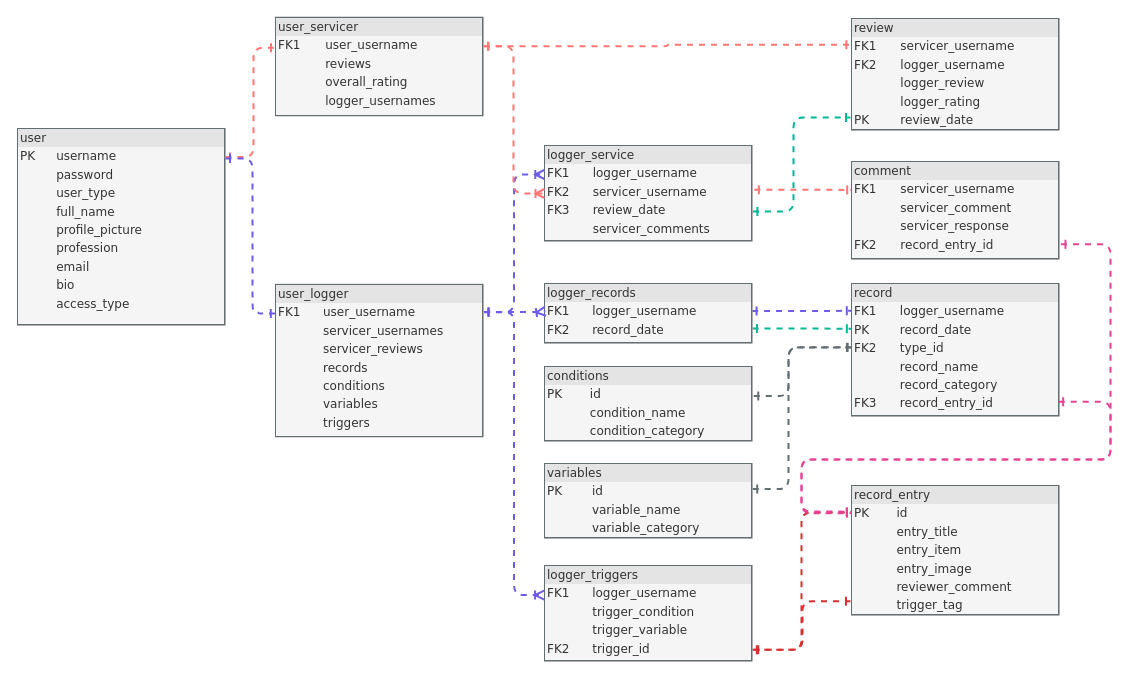
Above: diagrams/database/database_tables_relationships.drawio in mervin-njy/trigg-track-v2 (draw.io), before the change. Source tidied: cells renumbered, new cells numbered last; positions are measured from the earlier drawing's top-left corner, leaving out a move shared by most shapes. Both pictures are drawn from the tidied source at 100%, with x=0, y=0 at pixel (17, 16).
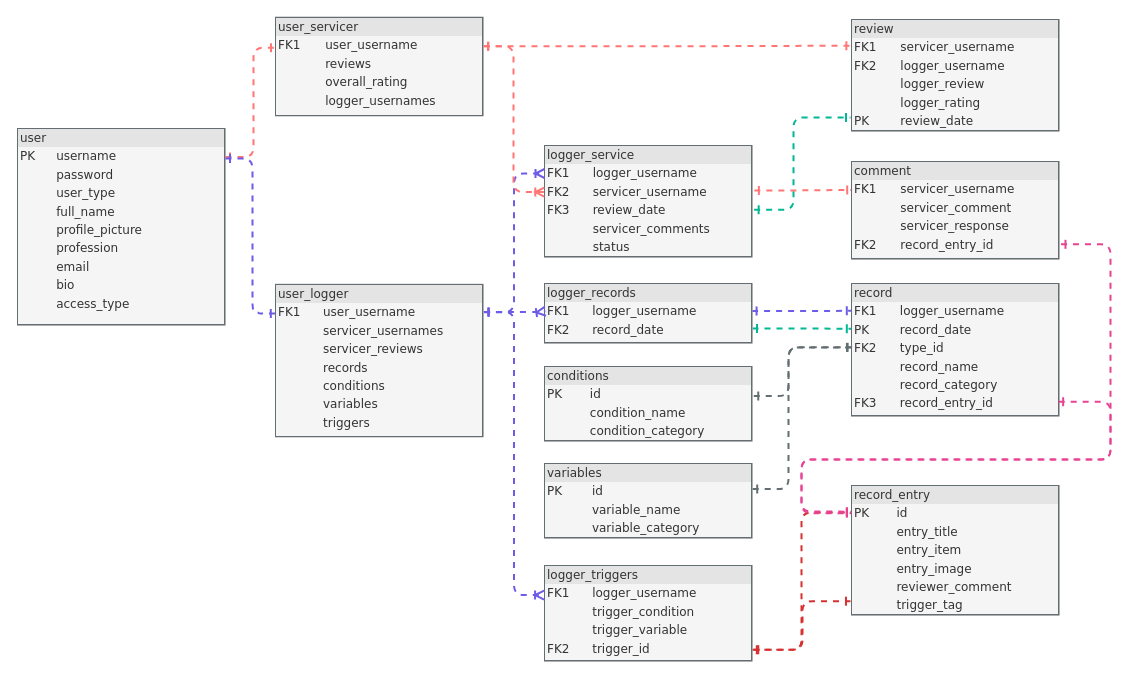
After the change.

Commit message (it also covers changes not shown here):
Readme: update diagram tables & rs

The change refers to these unchanged cells:
```xml
<mxCell id="3" value="&lt;div style=&quot;box-sizing: border-box ; width: 100% ; background: #e4e4e4 ; padding: 2px&quot;&gt;user_logger&lt;/div&gt;&lt;table style=&quot;width: 100% ; font-size: 1em&quot; cellpadding=&quot;2&quot; cellspacing=&quot;0&quot;&gt;&lt;tbody&gt;&lt;tr&gt;&lt;td&gt;FK1&lt;/td&gt;&lt;td&gt;&amp;nbsp; &amp;nbsp;user_username&lt;/td&gt;&lt;/tr&gt;&lt;tr&gt;&lt;td&gt;&lt;br&gt;&lt;/td&gt;&lt;td&gt;&amp;nbsp; &amp;nbsp;servicer_usernames&lt;br&gt;&lt;/td&gt;&lt;/tr&gt;&lt;tr&gt;&lt;td&gt;&lt;br&gt;&lt;/td&gt;&lt;td&gt;&amp;nbsp; &amp;nbsp;servicer_reviews&lt;/td&gt;&lt;/tr&gt;&lt;tr&gt;&lt;td&gt;&lt;br&gt;&lt;/td&gt;&lt;td&gt;&amp;nbsp; &amp;nbsp;records&lt;/td&gt;&lt;/tr&gt;&lt;tr&gt;&lt;td&gt;&lt;br&gt;&lt;/td&gt;&lt;td&gt;&amp;nbsp; &amp;nbsp;conditions&lt;/td&gt;&lt;/tr&gt;&lt;tr&gt;&lt;td&gt;&lt;br&gt;&lt;/td&gt;&lt;td&gt;&amp;nbsp; &amp;nbsp;variables&lt;/td&gt;&lt;/tr&gt;&lt;tr&gt;&lt;td&gt;&lt;br&gt;&lt;/td&gt;&lt;td&gt;&amp;nbsp; &amp;nbsp;triggers&lt;/td&gt;&lt;/tr&gt;&lt;/tbody&gt;&lt;/table&gt;" style="verticalAlign=top;align=left;overflow=fill;html=1;rounded=0;shadow=0;comic=0;labelBackgroundColor=none;strokeWidth=0.5;fontFamily=Verdana;fontSize=12;fillColor=#f5f5f5;strokeColor=#666666;fontColor=#333333;labelBorderColor=#636e72;" parent="1" vertex="1">
  <mxGeometry x="258" y="267.6" width="208" height="152.9" as="geometry" />
</mxCell>
<mxCell id="5" value="&lt;div style=&quot;box-sizing: border-box ; width: 100% ; background: #e4e4e4 ; padding: 2px&quot;&gt;user_servicer&lt;/div&gt;&lt;table style=&quot;width: 100% ; font-size: 1em&quot; cellpadding=&quot;2&quot; cellspacing=&quot;0&quot;&gt;&lt;tbody&gt;&lt;tr&gt;&lt;td&gt;FK1&lt;/td&gt;&lt;td&gt;&amp;nbsp; &amp;nbsp;user_username&lt;/td&gt;&lt;/tr&gt;&lt;tr&gt;&lt;td&gt;&lt;br&gt;&lt;/td&gt;&lt;td&gt;&amp;nbsp; &amp;nbsp;reviews&lt;/td&gt;&lt;/tr&gt;&lt;tr&gt;&lt;td&gt;&lt;br&gt;&lt;/td&gt;&lt;td&gt;&amp;nbsp; &amp;nbsp;overall_rating&lt;/td&gt;&lt;/tr&gt;&lt;tr&gt;&lt;td&gt;&lt;br&gt;&lt;/td&gt;&lt;td&gt;&amp;nbsp; &amp;nbsp;logger_usernames&lt;/td&gt;&lt;/tr&gt;&lt;/tbody&gt;&lt;/table&gt;" style="verticalAlign=top;align=left;overflow=fill;html=1;rounded=0;shadow=0;comic=0;labelBackgroundColor=none;strokeWidth=0.5;fontFamily=Verdana;fontSize=12;fillColor=#f5f5f5;strokeColor=#666666;fontColor=#333333;labelBorderColor=#636e72;" parent="1" vertex="1">
  <mxGeometry x="258" y="0.5" width="208" height="99" as="geometry" />
</mxCell>
<mxCell id="26" value="&lt;div style=&quot;box-sizing: border-box ; width: 100% ; background: #e4e4e4 ; padding: 2px&quot;&gt;comment&lt;/div&gt;&lt;table style=&quot;width: 100% ; font-size: 1em&quot; cellpadding=&quot;2&quot; cellspacing=&quot;0&quot;&gt;&lt;tbody&gt;&lt;tr&gt;&lt;td&gt;FK1&lt;/td&gt;&lt;td&gt;&amp;nbsp; &amp;nbsp;servicer_username&lt;/td&gt;&lt;/tr&gt;&lt;tr&gt;&lt;td&gt;&lt;br&gt;&lt;/td&gt;&lt;td&gt;&amp;nbsp; &amp;nbsp;servicer_comment&lt;/td&gt;&lt;/tr&gt;&lt;tr&gt;&lt;td&gt;&lt;br&gt;&lt;/td&gt;&lt;td&gt;&amp;nbsp; &amp;nbsp;servicer_response&lt;br&gt;&lt;/td&gt;&lt;/tr&gt;&lt;tr&gt;&lt;td&gt;FK2&lt;/td&gt;&lt;td&gt;&amp;nbsp; &amp;nbsp;record_entry_id&lt;/td&gt;&lt;/tr&gt;&lt;/tbody&gt;&lt;/table&gt;" style="verticalAlign=top;align=left;overflow=fill;html=1;rounded=0;shadow=0;comic=0;labelBackgroundColor=none;strokeWidth=0.5;fontFamily=Verdana;fontSize=12;fillColor=#f5f5f5;strokeColor=#666666;fontColor=#333333;labelBorderColor=#636e72;" parent="1" vertex="1">
  <mxGeometry x="834" y="145" width="208" height="98" as="geometry" />
</mxCell>
```

The edit, as a diff of the source:
```diff
@@
     <mxCell id="7" value="&lt;div style=&quot;box-sizing: border-box ; width: 100% ; background: #e4e4e4 ; padding: 2px&quot;&gt;review&lt;/div&gt;&lt;table style=&quot;width: 100% ; font-size: 1em&quot; cellpadding=&quot;2&quot; cellspacing=&quot;0&quot;&gt;&lt;tbody&gt;&lt;tr&gt;&lt;td&gt;FK1&lt;/td&gt;&lt;td&gt;&amp;nbsp; &amp;nbsp;servicer_username&lt;/td&gt;&lt;/tr&gt;&lt;tr&gt;&lt;td&gt;FK2&lt;br&gt;&lt;/td&gt;&lt;td&gt;&amp;nbsp; &amp;nbsp;logger_username&lt;/td&gt;&lt;/tr&gt;&lt;tr&gt;&lt;td&gt;&lt;br&gt;&lt;/td&gt;&lt;td&gt;&amp;nbsp; &amp;nbsp;logger_review&lt;br&gt;&lt;/td&gt;&lt;/tr&gt;&lt;tr&gt;&lt;td&gt;&lt;/td&gt;&lt;td&gt;&amp;nbsp; &amp;nbsp;logger_rating&lt;/td&gt;&lt;/tr&gt;&lt;tr&gt;&lt;td&gt;PK&lt;/td&gt;&lt;td&gt;&amp;nbsp; &amp;nbsp;review_date&lt;/td&gt;&lt;/tr&gt;&lt;/tbody&gt;&lt;/table&gt;" style="verticalAlign=top;align=left;overflow=fill;html=1;rounded=0;shadow=0;comic=0;labelBackgroundColor=none;strokeWidth=0.5;fontFamily=Verdana;fontSize=12;fillColor=#f5f5f5;strokeColor=#666666;fontColor=#333333;labelBorderColor=#636e72;" parent="1" vertex="1">
-      <mxGeometry x="834" y="2" width="208" height="112" as="geometry" />
+      <mxGeometry x="834" y="3" width="208" height="112" as="geometry" />
     </mxCell>
-    <mxCell id="8" style="edgeStyle=orthogonalEdgeStyle;html=1;dashed=1;labelBackgroundColor=none;startArrow=ERone;endArrow=ERone;fontFamily=Verdana;fontSize=12;align=left;endFill=0;startFill=0;exitX=1.002;exitY=0.688;exitDx=0;exitDy=0;strokeColor=#00b894;strokeWidth=2;exitPerimeter=0;" parent="1" edge="1" source="19">
+    <mxCell id="8" style="edgeStyle=orthogonalEdgeStyle;html=1;dashed=1;labelBackgroundColor=none;startArrow=ERone;endArrow=ERone;fontFamily=Verdana;fontSize=12;align=left;endFill=0;startFill=0;exitX=1.008;exitY=0.574;exitDx=0;exitDy=0;strokeColor=#00b894;strokeWidth=2;exitPerimeter=0;" parent="1" edge="1" source="19">
       <mxGeometry relative="1" as="geometry">
         <mxPoint x="833" y="101" as="targetPoint" />
         <Array as="points">
-          <mxPoint x="776" y="195" />
+          <mxPoint x="776" y="193" />
           <mxPoint x="776" y="101" />
         </Array>
       </mxGeometry>
     </mxCell>
@@
-    <mxCell id="14" style="edgeStyle=orthogonalEdgeStyle;html=1;dashed=1;labelBackgroundColor=none;startArrow=ERone;endArrow=ERone;fontFamily=Verdana;fontSize=12;align=left;endFill=0;startFill=0;strokeColor=#ff7675;strokeWidth=2;exitX=1.009;exitY=0.46;exitDx=0;exitDy=0;exitPerimeter=0;entryX=0.001;entryY=0.29;entryDx=0;entryDy=0;entryPerimeter=0;" parent="1" edge="1" source="19" target="26">
+    <mxCell id="14" style="edgeStyle=orthogonalEdgeStyle;html=1;dashed=1;labelBackgroundColor=none;startArrow=ERone;endArrow=ERone;fontFamily=Verdana;fontSize=12;align=left;endFill=0;startFill=0;strokeColor=#ff7675;strokeWidth=2;exitX=1.009;exitY=0.401;exitDx=0;exitDy=0;exitPerimeter=0;entryX=0.001;entryY=0.29;entryDx=0;entryDy=0;entryPerimeter=0;" parent="1" edge="1" source="19" target="26">
       <mxGeometry relative="1" as="geometry">
         <Array as="points">
-          <mxPoint x="784" y="173" />
+          <mxPoint x="784" y="174" />
         </Array>
       </mxGeometry>
     </mxCell>
@@
-    <mxCell id="19" value="&lt;div style=&quot;box-sizing: border-box ; width: 100% ; background: #e4e4e4 ; padding: 2px&quot;&gt;logger_service&lt;/div&gt;&lt;table style=&quot;width: 100% ; font-size: 1em&quot; cellpadding=&quot;2&quot; cellspacing=&quot;0&quot;&gt;&lt;tbody&gt;&lt;tr&gt;&lt;td&gt;FK1&lt;/td&gt;&lt;td&gt;&amp;nbsp; &amp;nbsp;logger_username&lt;/td&gt;&lt;/tr&gt;&lt;tr&gt;&lt;td&gt;FK2&lt;/td&gt;&lt;td&gt;&amp;nbsp; &amp;nbsp;servicer_username&lt;/td&gt;&lt;/tr&gt;&lt;tr&gt;&lt;td&gt;FK3&lt;/td&gt;&lt;td&gt;&amp;nbsp; &amp;nbsp;review_date&lt;/td&gt;&lt;/tr&gt;&lt;tr&gt;&lt;td&gt;&lt;br&gt;&lt;/td&gt;&lt;td&gt;&amp;nbsp; &amp;nbsp;servicer_comments&lt;/td&gt;&lt;/tr&gt;&lt;/tbody&gt;&lt;/table&gt;" style="verticalAlign=top;align=left;overflow=fill;html=1;rounded=0;shadow=0;comic=0;labelBackgroundColor=none;strokeWidth=0.5;fontFamily=Verdana;fontSize=12;fillColor=#f5f5f5;strokeColor=#666666;fontColor=#333333;labelBorderColor=#636e72;" parent="1" vertex="1">
-      <mxGeometry x="527" y="129" width="208" height="96" as="geometry" />
+    <mxCell id="19" value="&lt;div style=&quot;box-sizing: border-box ; width: 100% ; background: #e4e4e4 ; padding: 2px&quot;&gt;logger_service&lt;/div&gt;&lt;table style=&quot;width: 100% ; font-size: 1em&quot; cellpadding=&quot;2&quot; cellspacing=&quot;0&quot;&gt;&lt;tbody&gt;&lt;tr&gt;&lt;td&gt;FK1&lt;/td&gt;&lt;td&gt;&amp;nbsp; &amp;nbsp;logger_username&lt;/td&gt;&lt;/tr&gt;&lt;tr&gt;&lt;td&gt;FK2&lt;/td&gt;&lt;td&gt;&amp;nbsp; &amp;nbsp;servicer_username&lt;/td&gt;&lt;/tr&gt;&lt;tr&gt;&lt;td&gt;FK3&lt;/td&gt;&lt;td&gt;&amp;nbsp; &amp;nbsp;review_date&lt;/td&gt;&lt;/tr&gt;&lt;tr&gt;&lt;td&gt;&lt;br&gt;&lt;/td&gt;&lt;td&gt;&amp;nbsp; &amp;nbsp;servicer_comments&lt;/td&gt;&lt;/tr&gt;&lt;tr&gt;&lt;td&gt;&lt;br&gt;&lt;/td&gt;&lt;td&gt;&amp;nbsp; &amp;nbsp;status&lt;/td&gt;&lt;/tr&gt;&lt;/tbody&gt;&lt;/table&gt;" style="verticalAlign=top;align=left;overflow=fill;html=1;rounded=0;shadow=0;comic=0;labelBackgroundColor=none;strokeWidth=0.5;fontFamily=Verdana;fontSize=12;fillColor=#f5f5f5;strokeColor=#666666;fontColor=#333333;labelBorderColor=#636e72;" parent="1" vertex="1">
+      <mxGeometry x="527" y="129" width="208" height="112" as="geometry" />
     </mxCell>
@@
-    <mxCell id="23" style="edgeStyle=orthogonalEdgeStyle;html=1;dashed=1;labelBackgroundColor=none;startArrow=ERone;endArrow=ERoneToMany;fontFamily=Verdana;fontSize=12;align=left;endFill=0;startFill=0;strokeColor=#6c5ce7;strokeWidth=2;exitX=1.003;exitY=0.184;exitDx=0;exitDy=0;exitPerimeter=0;entryX=-0.001;entryY=0.302;entryDx=0;entryDy=0;entryPerimeter=0;" parent="1" edge="1" source="3" target="19">
+    <mxCell id="23" style="edgeStyle=orthogonalEdgeStyle;html=1;dashed=1;labelBackgroundColor=none;startArrow=ERone;endArrow=ERoneToMany;fontFamily=Verdana;fontSize=12;align=left;endFill=0;startFill=0;strokeColor=#6c5ce7;strokeWidth=2;exitX=1.003;exitY=0.184;exitDx=0;exitDy=0;exitPerimeter=0;entryX=0;entryY=0.25;entryDx=0;entryDy=0;" parent="1" edge="1" source="3" target="19">
       <mxGeometry relative="1" as="geometry" />
     </mxCell>
-    <mxCell id="24" style="edgeStyle=orthogonalEdgeStyle;html=1;dashed=1;labelBackgroundColor=none;startArrow=ERone;endArrow=ERoneToMany;fontFamily=Verdana;fontSize=12;align=left;endFill=0;startFill=0;strokeColor=#ff7675;strokeWidth=2;entryX=0;entryY=0.5;entryDx=0;entryDy=0;exitX=1.002;exitY=0.296;exitDx=0;exitDy=0;exitPerimeter=0;" parent="1" edge="1" source="5" target="19">
+    <mxCell id="24" style="edgeStyle=orthogonalEdgeStyle;html=1;dashed=1;labelBackgroundColor=none;startArrow=ERone;endArrow=ERoneToMany;fontFamily=Verdana;fontSize=12;align=left;endFill=0;startFill=0;strokeColor=#ff7675;strokeWidth=2;entryX=-0.001;entryY=0.416;entryDx=0;entryDy=0;exitX=1.002;exitY=0.296;exitDx=0;exitDy=0;exitPerimeter=0;entryPerimeter=0;" parent="1" edge="1" source="5" target="19">
       <mxGeometry relative="1" as="geometry">
         <Array as="points">
           <mxPoint x="496" y="30" />
-          <mxPoint x="496" y="177" />
+          <mxPoint x="496" y="175" />
+          <mxPoint x="527" y="175" />
         </Array>
       </mxGeometry>
     </mxCell>
```
